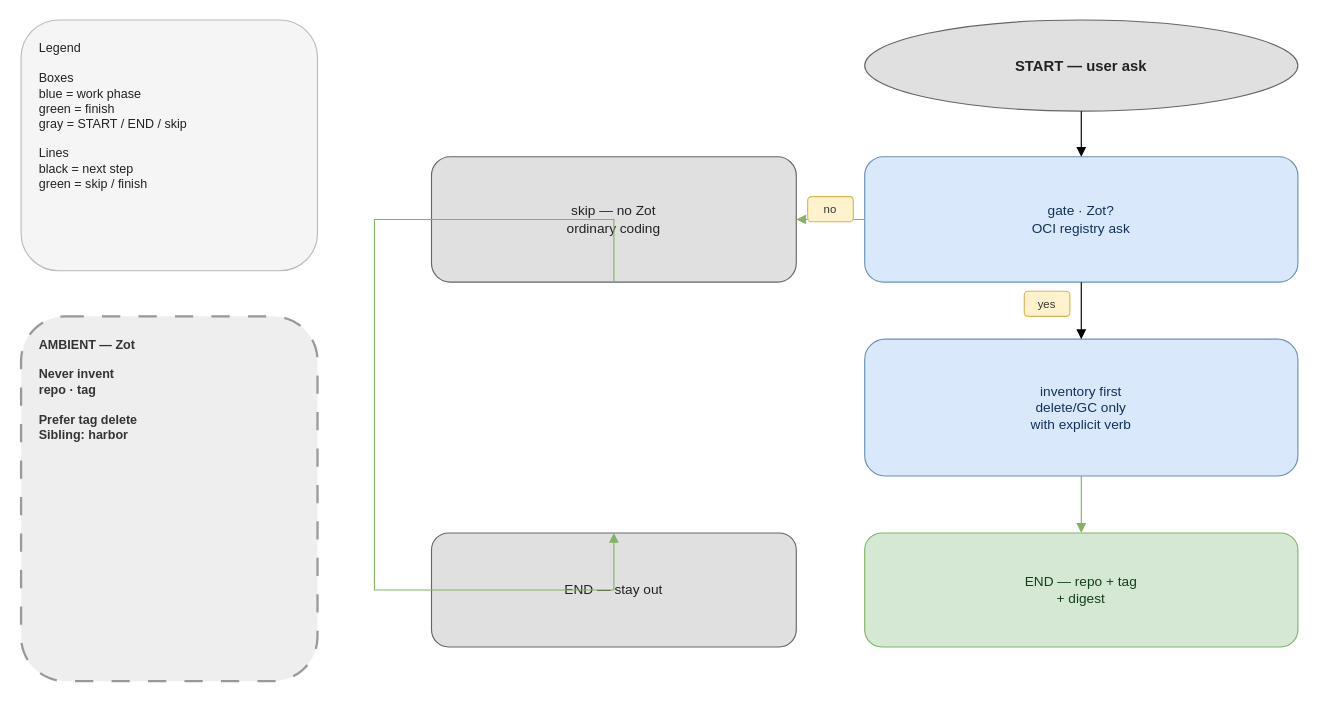
Earlier version of the draw.io diagram plugins/zot/docs/zot-workflow.drawio (nodadyoushutup/marketplace). Source tidied: cells renumbered, new cells numbered last; positions are measured from the earlier drawing's top-left corner, leaving out a move shared by most shapes. Both pictures are drawn from the tidied source at 114%, with x=0, y=0 at pixel (21, 19).
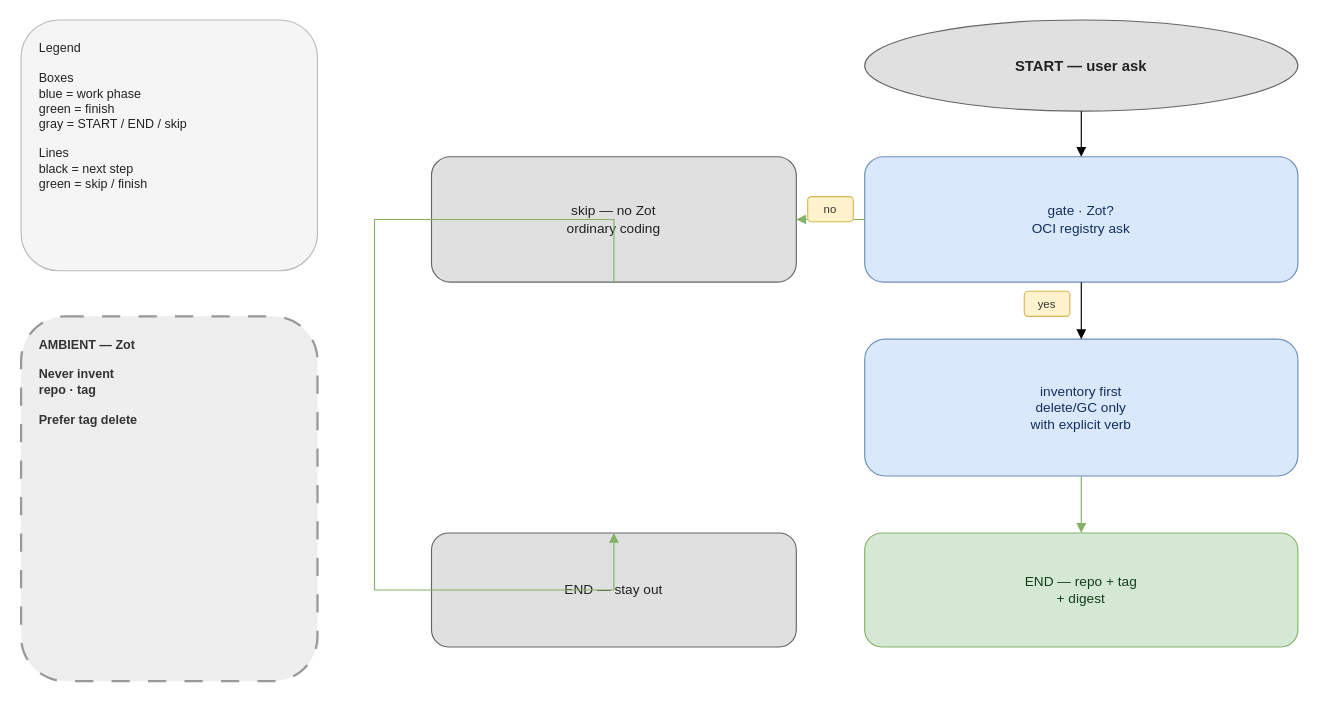
The same page after the edit.

Diff of the diagram source:
```diff
@@
 <mxGraphModel>
   <root>
     <mxCell id="0" />
     <mxCell id="1" parent="0" />
     <mxCell id="2" value="Legend&#10;&#10;Boxes&#10;blue = work phase&#10;green = finish&#10;gray = START / END / skip&#10;&#10;Lines&#10;black = next step&#10;green = skip / finish" style="rounded=1;whiteSpace=wrap;html=1;align=left;verticalAlign=top;spacingLeft=14;spacingRight=14;spacingTop=12;spacingBottom=12;fontSize=11;fillColor=#f5f5f5;strokeColor=#bbbbbb;fontColor=#222222;" parent="1" vertex="1">
       <mxGeometry width="260" height="220" as="geometry" />
     </mxCell>
-    <mxCell id="3" value="AMBIENT — Zot&#10;&#10;Never invent&#10;repo · tag&#10;&#10;Prefer tag delete&#10;Sibling: harbor" style="rounded=1;whiteSpace=wrap;html=1;dashed=1;dashPattern=8 8;align=left;verticalAlign=top;spacingLeft=14;spacingRight=14;spacingTop=12;spacingBottom=12;fontSize=11;fontStyle=1;fillColor=#eeeeee;strokeColor=#999999;strokeWidth=2;fontColor=#333333;" parent="1" vertex="1">
+    <mxCell id="3" value="AMBIENT — Zot&#10;&#10;Never invent&#10;repo · tag&#10;&#10;Prefer tag delete&#10;" style="rounded=1;whiteSpace=wrap;html=1;dashed=1;dashPattern=8 8;align=left;verticalAlign=top;spacingLeft=14;spacingRight=14;spacingTop=12;spacingBottom=12;fontSize=11;fontStyle=1;fillColor=#eeeeee;strokeColor=#999999;strokeWidth=2;fontColor=#333333;" parent="1" vertex="1">
       <mxGeometry y="260" width="260" height="320" as="geometry" />
     </mxCell>
     <mxCell id="4" value="START — user ask" style="ellipse;whiteSpace=wrap;html=1;align=center;verticalAlign=middle;fontSize=13;fontStyle=1;fillColor=#e0e0e0;strokeColor=#666666;fontColor=#222222;" parent="1" vertex="1">
       <mxGeometry x="740" width="380" height="80" as="geometry" />
     </mxCell>
     <mxCell id="5" value="gate · Zot?&#10;OCI registry ask" style="rounded=1;whiteSpace=wrap;html=1;align=center;verticalAlign=middle;spacingLeft=12;spacingRight=12;fontSize=12;fillColor=#dae8fc;strokeColor=#6c8ebf;fontColor=#12305B;" parent="1" vertex="1">
       <mxGeometry x="740" y="120" width="380" height="110" as="geometry" />
     </mxCell>
     <mxCell id="6" value="skip — no Zot&#10;ordinary coding" style="rounded=1;whiteSpace=wrap;html=1;align=center;verticalAlign=middle;spacingLeft=12;spacingRight=12;fontSize=12;fillColor=#e0e0e0;strokeColor=#666666;fontColor=#222222;" parent="1" vertex="1">
       <mxGeometry x="360" y="120" width="320" height="110" as="geometry" />
     </mxCell>
     <mxCell id="7" value="inventory first&#10;delete/GC only&#10;with explicit verb" style="rounded=1;whiteSpace=wrap;html=1;align=center;verticalAlign=middle;spacingLeft=12;spacingRight=12;fontSize=12;fillColor=#dae8fc;strokeColor=#6c8ebf;fontColor=#12305B;" parent="1" vertex="1">
       <mxGeometry x="740" y="280" width="380" height="120" as="geometry" />
     </mxCell>
     <mxCell id="8" value="END — repo + tag&#10;+ digest" style="rounded=1;whiteSpace=wrap;html=1;align=center;verticalAlign=middle;spacingLeft=12;spacingRight=12;fontSize=12;fillColor=#d5e8d4;strokeColor=#82b366;fontColor=#12401A;" parent="1" vertex="1">
       <mxGeometry x="740" y="450" width="380" height="100" as="geometry" />
     </mxCell>
     <mxCell id="9" value="END — stay out" style="rounded=1;whiteSpace=wrap;html=1;align=center;verticalAlign=middle;spacingLeft=12;spacingRight=12;fontSize=12;fillColor=#e0e0e0;strokeColor=#666666;fontColor=#222222;" parent="1" vertex="1">
       <mxGeometry x="360" y="450" width="320" height="100" as="geometry" />
     </mxCell>
     <mxCell id="10" style="edgeStyle=orthogonalEdgeStyle;rounded=0;html=1;endArrow=block;jumpStyle=arc;jumpSize=10;exitX=0.5;exitY=1;entryX=0.5;entryY=0;" parent="1" edge="1" source="4" target="5">
       <mxGeometry relative="1" as="geometry" />
     </mxCell>
     <mxCell id="11" style="edgeStyle=orthogonalEdgeStyle;rounded=0;html=1;endArrow=block;jumpStyle=arc;jumpSize=10;strokeColor=#82b366;exitX=0;exitY=0.5;entryX=1;entryY=0.5;" parent="1" edge="1" source="5" target="6">
       <mxGeometry relative="1" as="geometry" />
     </mxCell>
     <mxCell id="12" value="no" style="rounded=1;whiteSpace=wrap;html=1;align=center;verticalAlign=middle;fontSize=10;fillColor=#fff2cc;strokeColor=#d6b656;fontColor=#333333;" parent="1" vertex="1">
       <mxGeometry x="690" y="155" width="40" height="22" as="geometry" />
     </mxCell>
     <mxCell id="13" style="edgeStyle=orthogonalEdgeStyle;rounded=0;html=1;endArrow=block;jumpStyle=arc;jumpSize=10;exitX=0.5;exitY=1;entryX=0.5;entryY=0;" parent="1" edge="1" source="5" target="7">
       <mxGeometry relative="1" as="geometry" />
     </mxCell>
     <mxCell id="14" value="yes" style="rounded=1;whiteSpace=wrap;html=1;align=center;verticalAlign=middle;fontSize=10;fillColor=#fff2cc;strokeColor=#d6b656;fontColor=#333333;" parent="1" vertex="1">
       <mxGeometry x="880" y="238" width="40" height="22" as="geometry" />
     </mxCell>
     <mxCell id="15" style="edgeStyle=orthogonalEdgeStyle;rounded=0;html=1;endArrow=block;jumpStyle=arc;jumpSize=10;strokeColor=#82b366;exitX=0.5;exitY=1;entryX=0.5;entryY=0;" parent="1" edge="1" source="7" target="8">
       <mxGeometry relative="1" as="geometry" />
     </mxCell>
     <mxCell id="16" style="edgeStyle=orthogonalEdgeStyle;rounded=0;html=1;endArrow=block;jumpStyle=arc;jumpSize=10;strokeColor=#82b366;exitX=0.5;exitY=1;entryX=0.5;entryY=0;" parent="1" edge="1" source="6" target="9">
       <mxGeometry relative="1" as="geometry">
         <Array as="points">
           <mxPoint x="310" y="175" />
           <mxPoint x="310" y="500" />
         </Array>
       </mxGeometry>
     </mxCell>
   </root>
 </mxGraphModel>
```
